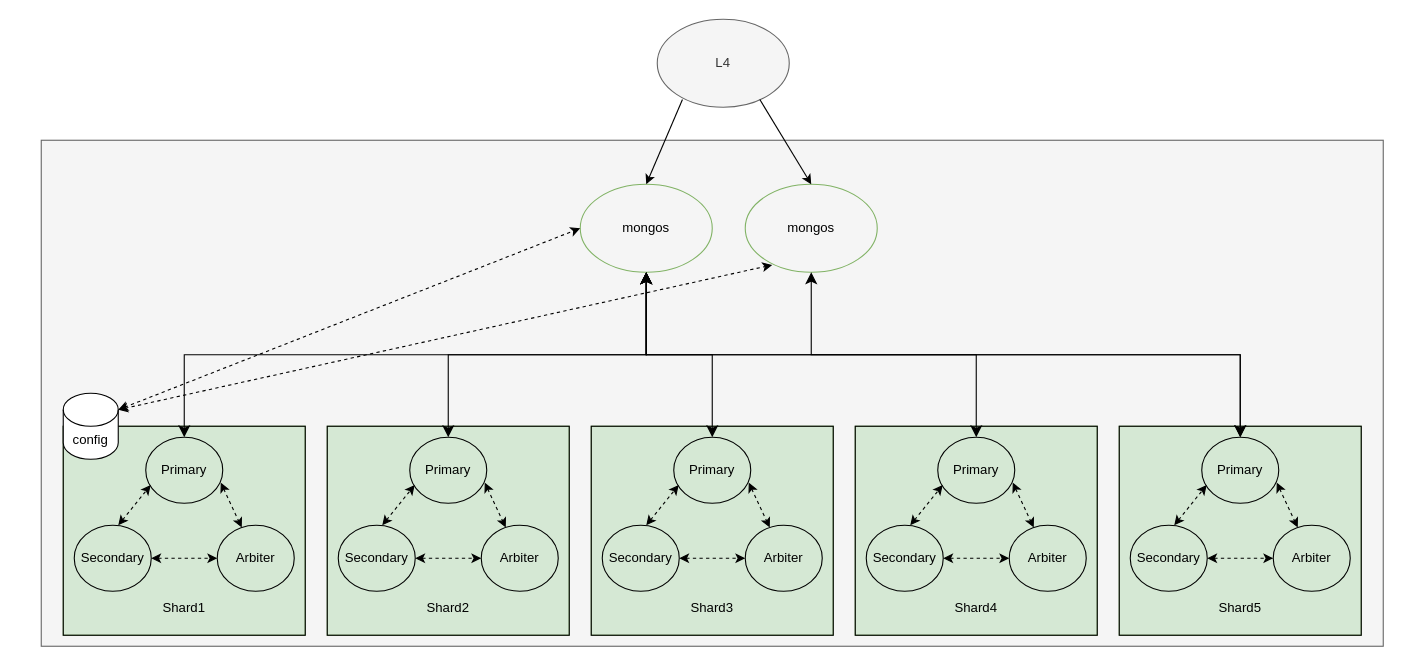
TreeStone94/drawio keeps this draw.io diagram as architecture/mongodb.drawio. Above is the earlier version. Source tidied: cells renumbered, new cells numbered last; positions are measured from the earlier drawing's top-left corner, leaving out a move shared by most shapes. Both pictures are drawn from the tidied source at 110%, with x=0, y=0 at pixel (41, 19).
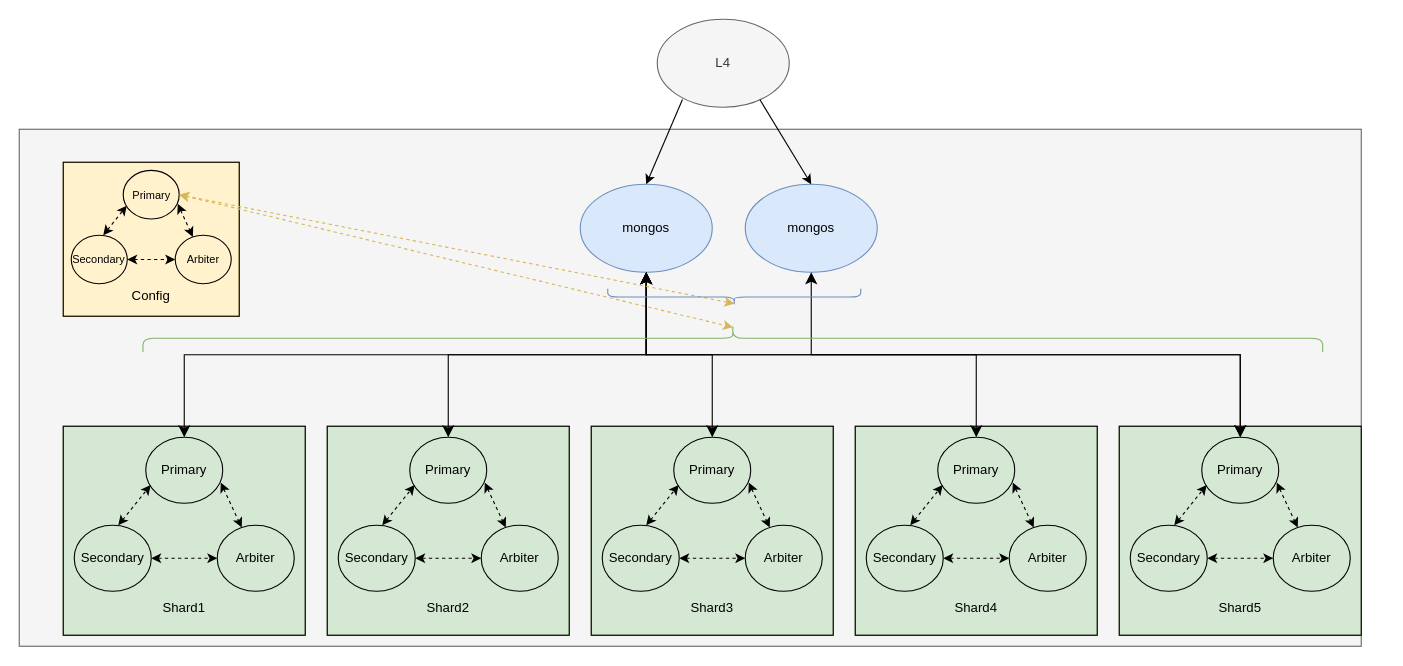
Above is the later version.

The change refers to these unchanged cells:
```xml
<mxCell id="3" style="group;flipH=0;fillColor=#d5e8d4;strokeColor=#82b366;" parent="1" vertex="1">
  <mxGeometry x="20" y="370" width="220" height="190" as="geometry" />
</mxCell>
```

The edit, as a diff of the source:
```diff
@@
     <mxCell id="2" style="rounded=0;whiteSpace=wrap;html=1;fillColor=#f5f5f5;fontColor=#333333;strokeColor=#666666;" parent="1" vertex="1">
-      <mxGeometry y="110" width="1220" height="460" as="geometry" />
+      <mxGeometry x="-20" y="100" width="1220" height="470" as="geometry" />
     </mxCell>
@@
-    <mxCell id="9" value="config" style="shape=cylinder3;whiteSpace=wrap;html=1;boundedLbl=1;backgroundOutline=1;size=15;" parent="3" vertex="1">
-      <mxGeometry y="-30" width="50" height="60" as="geometry" />
-    </mxCell>
@@
-    <mxCell id="13" value="mongos" style="ellipse;whiteSpace=wrap;html=1;fillColor=none;strokeColor=#82b366;" parent="1" vertex="1">
+    <mxCell id="13" value="mongos" style="ellipse;whiteSpace=wrap;html=1;fillColor=#dae8fc;strokeColor=#6c8ebf;" parent="1" vertex="1">
       <mxGeometry x="490" y="150" width="120" height="80" as="geometry" />
     </mxCell>
-    <mxCell id="14" value="mongos" style="ellipse;whiteSpace=wrap;html=1;fillColor=none;strokeColor=#82b366;" parent="1" vertex="1">
+    <mxCell id="14" value="mongos" style="ellipse;whiteSpace=wrap;html=1;fillColor=#dae8fc;strokeColor=#6c8ebf;" parent="1" vertex="1">
       <mxGeometry x="640" y="150" width="120" height="80" as="geometry" />
     </mxCell>
@@
-    <mxCell id="16" style="endArrow=classic;startArrow=classic;html=1;rounded=0;exitX=1;exitY=0;exitDx=0;exitDy=15;exitPerimeter=0;entryX=0.204;entryY=0.917;entryDx=0;entryDy=0;entryPerimeter=0;dashed=1;" parent="1" edge="1" source="9" target="14">
-      <mxGeometry relative="1" as="geometry" />
-    </mxCell>
-    <mxCell id="17" style="endArrow=classic;startArrow=classic;html=1;rounded=0;exitX=1;exitY=0;exitDx=0;exitDy=15;exitPerimeter=0;entryX=0;entryY=0.5;entryDx=0;entryDy=0;dashed=1;" parent="1" edge="1" source="9" target="13">
-      <mxGeometry relative="1" as="geometry" />
-    </mxCell>
@@
+    <mxCell id="62" style="group;flipH=0;fillColor=#fff2cc;strokeColor=#d6b656;fontSize=10;" parent="1" vertex="1">
+      <mxGeometry x="20" y="130" width="160" height="140" as="geometry" />
+    </mxCell>
+    <mxCell id="63" style="rounded=0;whiteSpace=wrap;html=1;fillColor=none;align=center;" parent="62" vertex="1">
+      <mxGeometry width="160" height="140" as="geometry" />
+    </mxCell>
+    <mxCell id="64" value="Primary" style="ellipse;whiteSpace=wrap;html=1;fillColor=none;strokeColor=default;fontSize=10;" parent="62" vertex="1">
+      <mxGeometry x="54.5" y="7.4" width="50.9" height="44.2" as="geometry" />
+    </mxCell>
+    <mxCell id="65" value="Secondary" style="ellipse;whiteSpace=wrap;html=1;fillColor=none;fontSize=10;" parent="62" vertex="1">
+      <mxGeometry x="7.3" y="66.3" width="50.9" height="44.2" as="geometry" />
+    </mxCell>
+    <mxCell id="66" value="&lt;span style=&quot;font-size: 10px;&quot;&gt;Arbiter&lt;/span&gt;" style="ellipse;whiteSpace=wrap;html=1;fillColor=none;strokeColor=default;" parent="62" vertex="1">
+      <mxGeometry x="101.8" y="66.3" width="50.9" height="44.2" as="geometry" />
+    </mxCell>
+    <mxCell id="67" value="Config" style="text;html=1;align=center;verticalAlign=middle;whiteSpace=wrap;rounded=0;" parent="62" vertex="1">
+      <mxGeometry x="58.2" y="110.5" width="43.6" height="22.1" as="geometry" />
+    </mxCell>
+    <mxCell id="68" style="endArrow=classic;startArrow=classic;html=1;rounded=0;entryX=0.064;entryY=0.725;entryDx=0;entryDy=0;entryPerimeter=0;dashed=1;" parent="62" edge="1" target="64">
+      <mxGeometry relative="1" as="geometry">
+        <mxPoint x="36.4" y="66.3" as="sourcePoint" />
+      </mxGeometry>
+    </mxCell>
+    <mxCell id="69" style="endArrow=classic;startArrow=classic;html=1;rounded=0;entryX=0;entryY=0.5;entryDx=0;entryDy=0;dashed=1;" parent="62" edge="1" target="66">
+      <mxGeometry relative="1" as="geometry">
+        <mxPoint x="58.2" y="88.4" as="sourcePoint" />
+      </mxGeometry>
+    </mxCell>
+    <mxCell id="70" style="endArrow=classic;startArrow=classic;html=1;rounded=0;dashed=1;exitX=0.974;exitY=0.688;exitDx=0;exitDy=0;exitPerimeter=0;" parent="62" edge="1" source="64" target="66">
+      <mxGeometry relative="1" as="geometry" />
+    </mxCell>
+    <mxCell id="17" style="endArrow=classic;startArrow=classic;html=1;rounded=0;exitX=1;exitY=0.5;exitDx=0;exitDy=0;dashed=1;entryX=0.1;entryY=0.5;entryDx=0;entryDy=0;entryPerimeter=0;fillColor=#fff2cc;strokeColor=#d6b656;" parent="1" edge="1" source="64" target="71">
+      <mxGeometry relative="1" as="geometry" />
+    </mxCell>
+    <mxCell id="16" style="endArrow=classic;startArrow=classic;html=1;rounded=0;exitX=1;exitY=0.5;exitDx=0;exitDy=0;entryX=0.1;entryY=0.5;entryDx=0;entryDy=0;dashed=1;entryPerimeter=0;fillColor=#fff2cc;strokeColor=#d6b656;" parent="1" edge="1" source="64" target="72">
+      <mxGeometry relative="1" as="geometry" />
+    </mxCell>
+    <mxCell id="71" style="shape=curlyBracket;whiteSpace=wrap;html=1;rounded=1;labelPosition=left;verticalLabelPosition=middle;align=right;verticalAlign=middle;rotation=-90;fillColor=#dae8fc;strokeColor=#6c8ebf;" parent="1" vertex="1">
+      <mxGeometry x="622.5" y="137.5" width="15" height="230" as="geometry" />
+    </mxCell>
+    <mxCell id="72" style="shape=curlyBracket;whiteSpace=wrap;html=1;rounded=1;labelPosition=left;verticalLabelPosition=middle;align=right;verticalAlign=middle;rotation=90;fillColor=#d5e8d4;strokeColor=#82b366;" parent="1" vertex="1">
+      <mxGeometry x="616.2" y="-246.2" width="25" height="1072.5" as="geometry" />
+    </mxCell>
```
